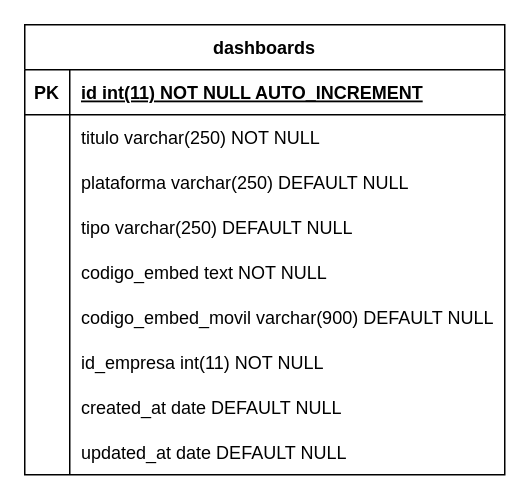
Earlier version of the draw.io diagram page "Reportes" (7 of 9) of Docs/Diagrama ER.drawio (smartpyme-app/smartpyme). Source tidied: cells renumbered, new cells numbered last; positions are measured from the earlier drawing's top-left corner, leaving out a move shared by most shapes. Both pictures are drawn from the tidied source at 150%, with x=0, y=0 at pixel (24, 24).
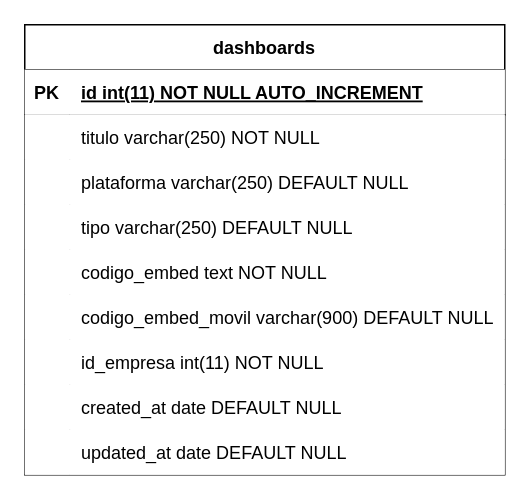
The same diagram, later.

Unchanged cells that the change refers to:
```xml
<mxCell id="2" value="dashboards" style="shape=table;startSize=30;childLayout=tableLayout;rowLines=0;fontStyle=1;align=center;" parent="1" vertex="1">
  <mxGeometry width="320" height="300" as="geometry" />
</mxCell>
```

Change to the diagram source:
```diff
@@
-    <mxCell id="3" style="shape=tableRow;horizontal=0;startSize=0;swimlaneHead=0;swimlaneBody=0;fillColor=none;strokeColor=inherit;top=0;left=0;right=0;bottom=1;" parent="2" vertex="1">
+    <mxCell id="3" style="shape=tableRow;horizontal=0;startSize=0;swimlaneHead=0;swimlaneBody=0;top=0;left=0;right=0;bottom=1;" parent="2" vertex="1">
       <mxGeometry y="30" width="320" height="30" as="geometry" />
     </mxCell>
-    <mxCell id="4" value="PK" style="shape=partialRectangle;overflow=hidden;fillColor=none;strokeColor=inherit;top=0;left=0;bottom=0;right=0;fontStyle=1;" parent="3" vertex="1">
+    <mxCell id="4" value="PK" style="shape=partialRectangle;overflow=hidden;top=0;left=0;bottom=0;right=0;fontStyle=1;" parent="3" vertex="1">
       <mxGeometry width="30" height="30" as="geometry" />
     </mxCell>
-    <mxCell id="5" value="id int(11) NOT NULL AUTO_INCREMENT " style="shape=partialRectangle;overflow=hidden;fillColor=none;align=left;strokeColor=inherit;top=0;left=0;bottom=0;right=0;spacingLeft=6;fontStyle=5;" parent="3" vertex="1">
+    <mxCell id="5" value="id int(11) NOT NULL AUTO_INCREMENT " style="shape=partialRectangle;overflow=hidden;align=left;top=0;left=0;bottom=0;right=0;spacingLeft=6;fontStyle=5;" parent="3" vertex="1">
       <mxGeometry x="30" width="290" height="30" as="geometry" />
     </mxCell>
-    <mxCell id="6" style="shape=tableRow;horizontal=0;startSize=0;swimlaneHead=0;swimlaneBody=0;fillColor=none;strokeColor=inherit;top=0;left=0;right=0;bottom=0;" parent="2" vertex="1">
+    <mxCell id="6" style="shape=tableRow;horizontal=0;startSize=0;swimlaneHead=0;swimlaneBody=0;top=0;left=0;right=0;bottom=0;" parent="2" vertex="1">
       <mxGeometry y="60" width="320" height="30" as="geometry" />
     </mxCell>
-    <mxCell id="7" style="shape=partialRectangle;overflow=hidden;fillColor=none;strokeColor=inherit;top=0;left=0;bottom=0;right=0;" parent="6" vertex="1">
+    <mxCell id="7" style="shape=partialRectangle;overflow=hidden;top=0;left=0;bottom=0;right=0;" parent="6" vertex="1">
       <mxGeometry width="30" height="30" as="geometry" />
     </mxCell>
-    <mxCell id="8" value="titulo varchar(250) NOT NULL" style="shape=partialRectangle;overflow=hidden;fillColor=none;align=left;strokeColor=inherit;top=0;left=0;bottom=0;right=0;spacingLeft=6;" parent="6" vertex="1">
+    <mxCell id="8" value="titulo varchar(250) NOT NULL" style="shape=partialRectangle;overflow=hidden;align=left;top=0;left=0;bottom=0;right=0;spacingLeft=6;" parent="6" vertex="1">
       <mxGeometry x="30" width="290" height="30" as="geometry" />
     </mxCell>
-    <mxCell id="9" style="shape=tableRow;horizontal=0;startSize=0;swimlaneHead=0;swimlaneBody=0;fillColor=none;strokeColor=inherit;top=0;left=0;right=0;bottom=0;" parent="2" vertex="1">
+    <mxCell id="9" style="shape=tableRow;horizontal=0;startSize=0;swimlaneHead=0;swimlaneBody=0;top=0;left=0;right=0;bottom=0;" parent="2" vertex="1">
       <mxGeometry y="90" width="320" height="30" as="geometry" />
     </mxCell>
-    <mxCell id="10" style="shape=partialRectangle;overflow=hidden;fillColor=none;strokeColor=inherit;top=0;left=0;bottom=0;right=0;" parent="9" vertex="1">
+    <mxCell id="10" style="shape=partialRectangle;overflow=hidden;top=0;left=0;bottom=0;right=0;" parent="9" vertex="1">
       <mxGeometry width="30" height="30" as="geometry" />
     </mxCell>
-    <mxCell id="11" value="plataforma varchar(250) DEFAULT NULL" style="shape=partialRectangle;overflow=hidden;fillColor=none;align=left;strokeColor=inherit;top=0;left=0;bottom=0;right=0;spacingLeft=6;" parent="9" vertex="1">
+    <mxCell id="11" value="plataforma varchar(250) DEFAULT NULL" style="shape=partialRectangle;overflow=hidden;align=left;top=0;left=0;bottom=0;right=0;spacingLeft=6;" parent="9" vertex="1">
       <mxGeometry x="30" width="290" height="30" as="geometry" />
     </mxCell>
-    <mxCell id="12" style="shape=tableRow;horizontal=0;startSize=0;swimlaneHead=0;swimlaneBody=0;fillColor=none;strokeColor=inherit;top=0;left=0;right=0;bottom=0;" parent="2" vertex="1">
+    <mxCell id="12" style="shape=tableRow;horizontal=0;startSize=0;swimlaneHead=0;swimlaneBody=0;top=0;left=0;right=0;bottom=0;" parent="2" vertex="1">
       <mxGeometry y="120" width="320" height="30" as="geometry" />
     </mxCell>
-    <mxCell id="13" style="shape=partialRectangle;overflow=hidden;fillColor=none;strokeColor=inherit;top=0;left=0;bottom=0;right=0;" parent="12" vertex="1">
+    <mxCell id="13" style="shape=partialRectangle;overflow=hidden;top=0;left=0;bottom=0;right=0;" parent="12" vertex="1">
       <mxGeometry width="30" height="30" as="geometry" />
     </mxCell>
-    <mxCell id="14" value="tipo varchar(250) DEFAULT NULL" style="shape=partialRectangle;overflow=hidden;fillColor=none;align=left;strokeColor=inherit;top=0;left=0;bottom=0;right=0;spacingLeft=6;" parent="12" vertex="1">
+    <mxCell id="14" value="tipo varchar(250) DEFAULT NULL" style="shape=partialRectangle;overflow=hidden;align=left;top=0;left=0;bottom=0;right=0;spacingLeft=6;" parent="12" vertex="1">
       <mxGeometry x="30" width="290" height="30" as="geometry" />
     </mxCell>
-    <mxCell id="15" style="shape=tableRow;horizontal=0;startSize=0;swimlaneHead=0;swimlaneBody=0;fillColor=none;strokeColor=inherit;top=0;left=0;right=0;bottom=0;" parent="2" vertex="1">
+    <mxCell id="15" style="shape=tableRow;horizontal=0;startSize=0;swimlaneHead=0;swimlaneBody=0;top=0;left=0;right=0;bottom=0;" parent="2" vertex="1">
       <mxGeometry y="150" width="320" height="30" as="geometry" />
     </mxCell>
-    <mxCell id="16" style="shape=partialRectangle;overflow=hidden;fillColor=none;strokeColor=inherit;top=0;left=0;bottom=0;right=0;" parent="15" vertex="1">
+    <mxCell id="16" style="shape=partialRectangle;overflow=hidden;top=0;left=0;bottom=0;right=0;" parent="15" vertex="1">
       <mxGeometry width="30" height="30" as="geometry" />
     </mxCell>
-    <mxCell id="17" value="codigo_embed text NOT NULL" style="shape=partialRectangle;overflow=hidden;fillColor=none;align=left;strokeColor=inherit;top=0;left=0;bottom=0;right=0;spacingLeft=6;" parent="15" vertex="1">
+    <mxCell id="17" value="codigo_embed text NOT NULL" style="shape=partialRectangle;overflow=hidden;align=left;top=0;left=0;bottom=0;right=0;spacingLeft=6;" parent="15" vertex="1">
       <mxGeometry x="30" width="290" height="30" as="geometry" />
     </mxCell>
-    <mxCell id="18" style="shape=tableRow;horizontal=0;startSize=0;swimlaneHead=0;swimlaneBody=0;fillColor=none;strokeColor=inherit;top=0;left=0;right=0;bottom=0;" parent="2" vertex="1">
+    <mxCell id="18" style="shape=tableRow;horizontal=0;startSize=0;swimlaneHead=0;swimlaneBody=0;top=0;left=0;right=0;bottom=0;" parent="2" vertex="1">
       <mxGeometry y="180" width="320" height="30" as="geometry" />
     </mxCell>
-    <mxCell id="19" style="shape=partialRectangle;overflow=hidden;fillColor=none;strokeColor=inherit;top=0;left=0;bottom=0;right=0;" parent="18" vertex="1">
+    <mxCell id="19" style="shape=partialRectangle;overflow=hidden;top=0;left=0;bottom=0;right=0;" parent="18" vertex="1">
       <mxGeometry width="30" height="30" as="geometry" />
     </mxCell>
-    <mxCell id="20" value="codigo_embed_movil varchar(900) DEFAULT NULL" style="shape=partialRectangle;overflow=hidden;fillColor=none;align=left;strokeColor=inherit;top=0;left=0;bottom=0;right=0;spacingLeft=6;" parent="18" vertex="1">
+    <mxCell id="20" value="codigo_embed_movil varchar(900) DEFAULT NULL" style="shape=partialRectangle;overflow=hidden;align=left;top=0;left=0;bottom=0;right=0;spacingLeft=6;" parent="18" vertex="1">
       <mxGeometry x="30" width="290" height="30" as="geometry" />
     </mxCell>
-    <mxCell id="21" style="shape=tableRow;horizontal=0;startSize=0;swimlaneHead=0;swimlaneBody=0;fillColor=none;strokeColor=inherit;top=0;left=0;right=0;bottom=0;" parent="2" vertex="1">
+    <mxCell id="21" style="shape=tableRow;horizontal=0;startSize=0;swimlaneHead=0;swimlaneBody=0;top=0;left=0;right=0;bottom=0;" parent="2" vertex="1">
       <mxGeometry y="210" width="320" height="30" as="geometry" />
     </mxCell>
-    <mxCell id="22" style="shape=partialRectangle;overflow=hidden;fillColor=none;strokeColor=inherit;top=0;left=0;bottom=0;right=0;" parent="21" vertex="1">
+    <mxCell id="22" style="shape=partialRectangle;overflow=hidden;top=0;left=0;bottom=0;right=0;" parent="21" vertex="1">
       <mxGeometry width="30" height="30" as="geometry" />
     </mxCell>
-    <mxCell id="23" value="id_empresa int(11) NOT NULL" style="shape=partialRectangle;overflow=hidden;fillColor=none;align=left;strokeColor=inherit;top=0;left=0;bottom=0;right=0;spacingLeft=6;" parent="21" vertex="1">
+    <mxCell id="23" value="id_empresa int(11) NOT NULL" style="shape=partialRectangle;overflow=hidden;align=left;top=0;left=0;bottom=0;right=0;spacingLeft=6;" parent="21" vertex="1">
       <mxGeometry x="30" width="290" height="30" as="geometry" />
     </mxCell>
-    <mxCell id="24" style="shape=tableRow;horizontal=0;startSize=0;swimlaneHead=0;swimlaneBody=0;fillColor=none;strokeColor=inherit;top=0;left=0;right=0;bottom=0;" parent="2" vertex="1">
+    <mxCell id="24" style="shape=tableRow;horizontal=0;startSize=0;swimlaneHead=0;swimlaneBody=0;top=0;left=0;right=0;bottom=0;" parent="2" vertex="1">
       <mxGeometry y="240" width="320" height="30" as="geometry" />
     </mxCell>
-    <mxCell id="25" style="shape=partialRectangle;overflow=hidden;fillColor=none;strokeColor=inherit;top=0;left=0;bottom=0;right=0;" parent="24" vertex="1">
+    <mxCell id="25" style="shape=partialRectangle;overflow=hidden;top=0;left=0;bottom=0;right=0;" parent="24" vertex="1">
       <mxGeometry width="30" height="30" as="geometry" />
     </mxCell>
-    <mxCell id="26" value="created_at date DEFAULT NULL" style="shape=partialRectangle;overflow=hidden;fillColor=none;align=left;strokeColor=inherit;top=0;left=0;bottom=0;right=0;spacingLeft=6;" parent="24" vertex="1">
+    <mxCell id="26" value="created_at date DEFAULT NULL" style="shape=partialRectangle;overflow=hidden;align=left;top=0;left=0;bottom=0;right=0;spacingLeft=6;" parent="24" vertex="1">
       <mxGeometry x="30" width="290" height="30" as="geometry" />
     </mxCell>
-    <mxCell id="27" style="shape=tableRow;horizontal=0;startSize=0;swimlaneHead=0;swimlaneBody=0;fillColor=none;strokeColor=inherit;top=0;left=0;right=0;bottom=0;" parent="2" vertex="1">
+    <mxCell id="27" style="shape=tableRow;horizontal=0;startSize=0;swimlaneHead=0;swimlaneBody=0;top=0;left=0;right=0;bottom=0;" parent="2" vertex="1">
       <mxGeometry y="270" width="320" height="30" as="geometry" />
     </mxCell>
-    <mxCell id="28" style="shape=partialRectangle;overflow=hidden;fillColor=none;strokeColor=inherit;top=0;left=0;bottom=0;right=0;" parent="27" vertex="1">
+    <mxCell id="28" style="shape=partialRectangle;overflow=hidden;top=0;left=0;bottom=0;right=0;" parent="27" vertex="1">
       <mxGeometry width="30" height="30" as="geometry" />
     </mxCell>
-    <mxCell id="29" value="updated_at date DEFAULT NULL" style="shape=partialRectangle;overflow=hidden;fillColor=none;align=left;strokeColor=inherit;top=0;left=0;bottom=0;right=0;spacingLeft=6;" parent="27" vertex="1">
+    <mxCell id="29" value="updated_at date DEFAULT NULL" style="shape=partialRectangle;overflow=hidden;align=left;top=0;left=0;bottom=0;right=0;spacingLeft=6;" parent="27" vertex="1">
       <mxGeometry x="30" width="290" height="30" as="geometry" />
     </mxCell>
```
